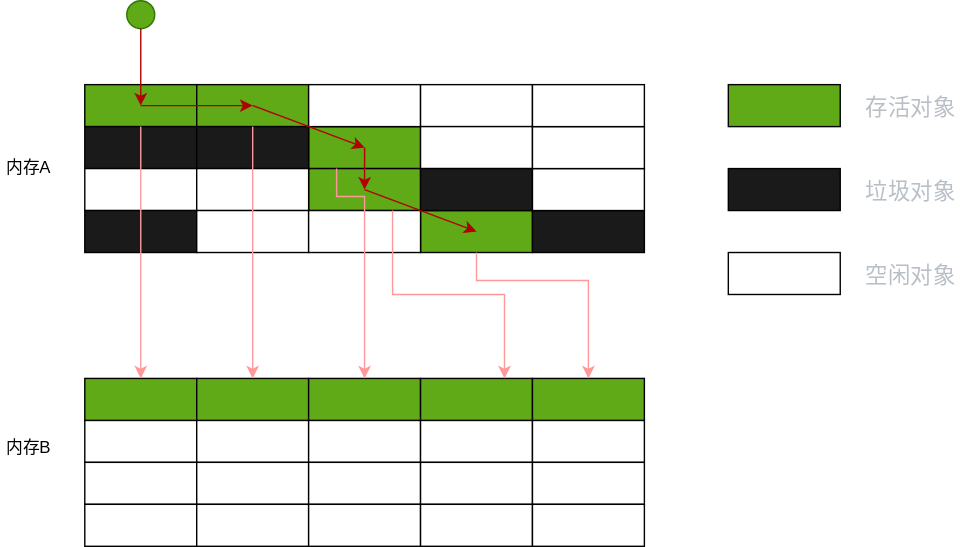
zzyandzzy/jdk11 keeps this draw.io diagram as learn/src/main/resources/jvm/readme/static/uml/GC_Copying.svg. Above is the earlier version. Source tidied: cells renumbered, new cells last; positions are measured from the earlier drawing's top-left corner, leaving out a move shared by most shapes.
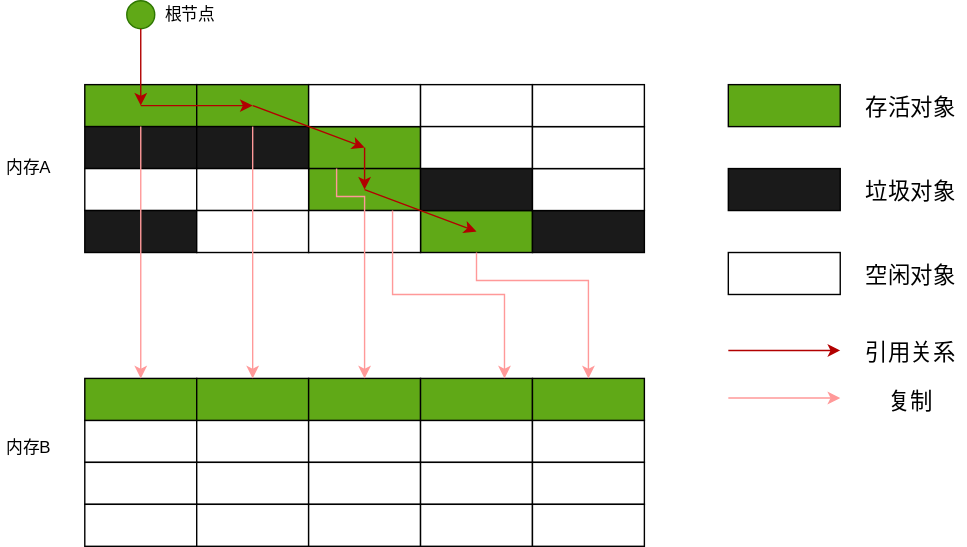
Above is the later version.

What changed in the source:
```diff
@@ -215,7 +215,7 @@
     <mxCell id="63" style="rounded=0;whiteSpace=wrap;html=1;fillColor=#60a917;fontColor=#ffffff;strokeColor=#000000;" parent="62" vertex="1">
       <mxGeometry width="80" height="30" as="geometry" />
     </mxCell>
-    <mxCell id="64" value="&lt;span style=&quot;color: rgb(184 , 191 , 198) ; font-family: &amp;#34;helvetica neue&amp;#34; , &amp;#34;helvetica&amp;#34; , &amp;#34;arial&amp;#34; , sans-serif ; font-size: 16px&quot;&gt;存活对象&lt;/span&gt;" style="text;html=1;align=center;verticalAlign=middle;strokeColor=none;" parent="62" vertex="1">
+    <mxCell id="64" value="&lt;span style=&quot;font-family: &amp;quot;helvetica neue&amp;quot;, helvetica, arial, sans-serif; font-size: 16px;&quot;&gt;存活对象&lt;/span&gt;" style="text;html=1;align=center;verticalAlign=middle;strokeColor=none;" parent="62" vertex="1">
       <mxGeometry x="90" y="5" width="80" height="20" as="geometry" />
     </mxCell>
     <mxCell id="65" style="group;" parent="61" vertex="1">
@@ -224,7 +224,7 @@
     <mxCell id="66" style="rounded=0;whiteSpace=wrap;html=1;fillColor=#1A1A1A;" parent="65" vertex="1">
       <mxGeometry width="80" height="30" as="geometry" />
     </mxCell>
-    <mxCell id="67" value="&lt;font color=&quot;#b8bfc6&quot; face=&quot;helvetica neue, helvetica, arial, sans-serif&quot;&gt;&lt;span style=&quot;font-size: 16px&quot;&gt;垃圾对象&lt;/span&gt;&lt;/font&gt;" style="text;html=1;align=center;verticalAlign=middle;strokeColor=none;" parent="65" vertex="1">
+    <mxCell id="67" value="&lt;font face=&quot;helvetica neue, helvetica, arial, sans-serif&quot;&gt;&lt;span style=&quot;font-size: 16px&quot;&gt;垃圾对象&lt;/span&gt;&lt;/font&gt;" style="text;html=1;align=center;verticalAlign=middle;strokeColor=none;" parent="65" vertex="1">
       <mxGeometry x="90" y="5" width="80" height="20" as="geometry" />
     </mxCell>
     <mxCell id="68" style="group;" parent="61" vertex="1">
@@ -233,8 +233,29 @@
     <mxCell id="69" style="rounded=0;whiteSpace=wrap;html=1;strokeColor=#000000;" parent="68" vertex="1">
       <mxGeometry width="80" height="30" as="geometry" />
     </mxCell>
-    <mxCell id="70" value="&lt;font color=&quot;#b8bfc6&quot; face=&quot;helvetica neue, helvetica, arial, sans-serif&quot;&gt;&lt;span style=&quot;font-size: 16px&quot;&gt;空闲对象&lt;/span&gt;&lt;/font&gt;" style="text;html=1;align=center;verticalAlign=middle;strokeColor=none;" parent="68" vertex="1">
+    <mxCell id="70" value="&lt;font face=&quot;helvetica neue, helvetica, arial, sans-serif&quot;&gt;&lt;span style=&quot;font-size: 16px&quot;&gt;空闲对象&lt;/span&gt;&lt;/font&gt;" style="text;html=1;align=center;verticalAlign=middle;strokeColor=none;" parent="68" vertex="1">
       <mxGeometry x="90" y="5" width="80" height="20" as="geometry" />
     </mxCell>
+    <mxCell id="71" value="根节点" style="text;html=1;align=center;verticalAlign=middle;strokeColor=none;" parent="1" vertex="1">
+      <mxGeometry x="110" width="50" height="20" as="geometry" />
+    </mxCell>
+    <mxCell id="72" style="endArrow=classic;html=1;exitX=0.5;exitY=1;exitDx=0;exitDy=0;fillColor=#e51400;strokeColor=#B20000;" parent="1" edge="1">
+      <mxGeometry relative="1" as="geometry">
+        <mxPoint x="520" y="250" as="sourcePoint" />
+        <mxPoint x="600" y="250" as="targetPoint" />
+      </mxGeometry>
+    </mxCell>
+    <mxCell id="73" value="&lt;font face=&quot;helvetica neue, helvetica, arial, sans-serif&quot;&gt;&lt;span style=&quot;font-size: 16px&quot;&gt;引用关系&lt;/span&gt;&lt;/font&gt;" style="text;html=1;align=center;verticalAlign=middle;strokeColor=none;" parent="1" vertex="1">
+      <mxGeometry x="610" y="240" width="80" height="20" as="geometry" />
+    </mxCell>
+    <mxCell id="74" style="endArrow=classic;html=1;fontColor=#FF6666;strokeColor=#FF9999;" parent="1" edge="1">
+      <mxGeometry relative="1" as="geometry">
+        <mxPoint x="520" y="284" as="sourcePoint" />
+        <mxPoint x="600" y="284" as="targetPoint" />
+      </mxGeometry>
+    </mxCell>
+    <mxCell id="75" value="&lt;font face=&quot;helvetica neue, helvetica, arial, sans-serif&quot;&gt;&lt;span style=&quot;font-size: 16px&quot;&gt;复制&lt;/span&gt;&lt;/font&gt;" style="text;html=1;align=center;verticalAlign=middle;strokeColor=none;" parent="1" vertex="1">
+      <mxGeometry x="625" y="275" width="50" height="20" as="geometry" />
+    </mxCell>
   </root>
 </mxGraphModel>
```
